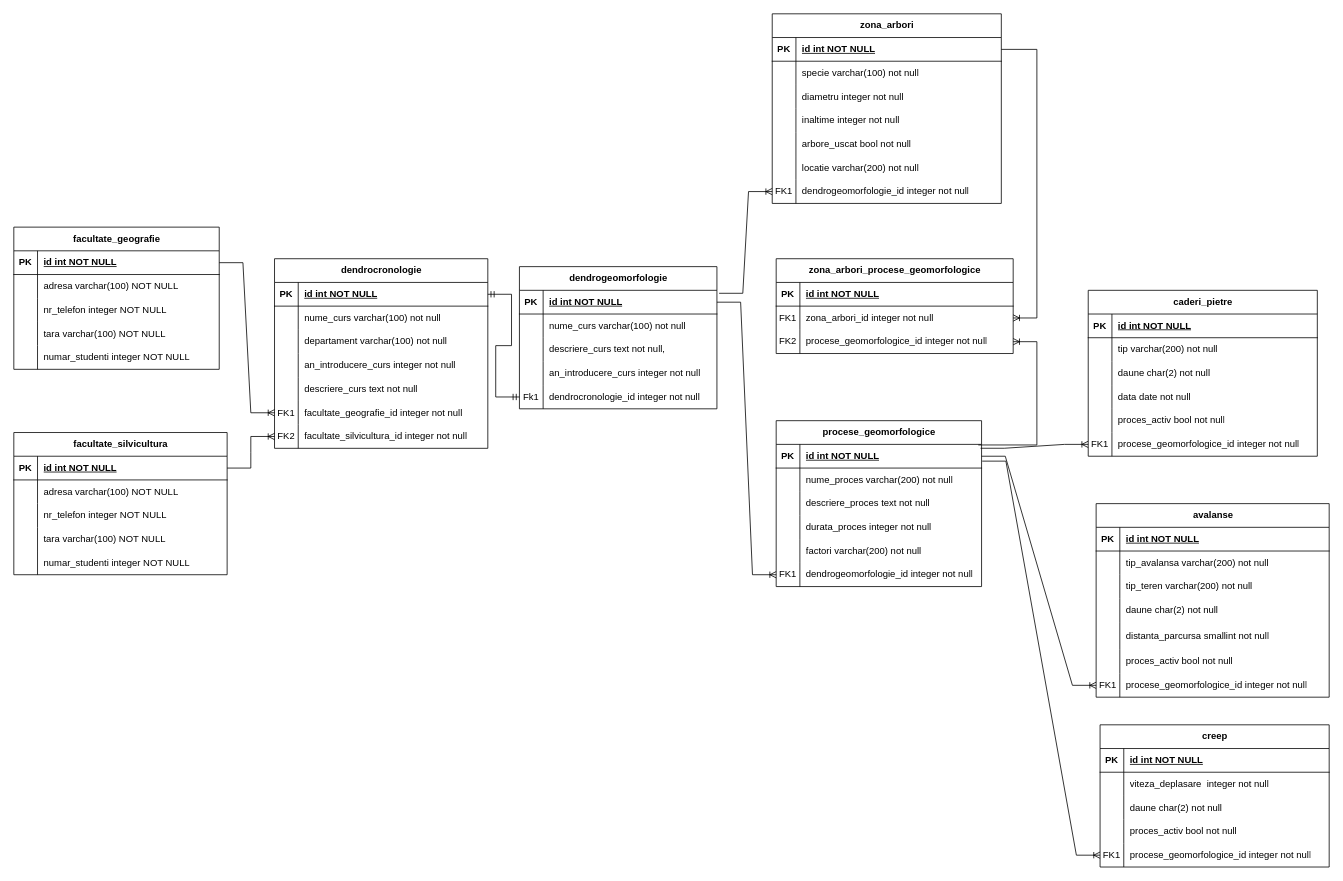
Earlier version of the draw.io diagram model_conceptual.drawio (cristian19122001/examen_sem_1_db). Source tidied: cells renumbered, new cells numbered last; positions are measured from the earlier drawing's top-left corner, leaving out a move shared by most shapes. Both pictures are drawn from the tidied source at 79%, with x=0, y=0 at pixel (13, 13).
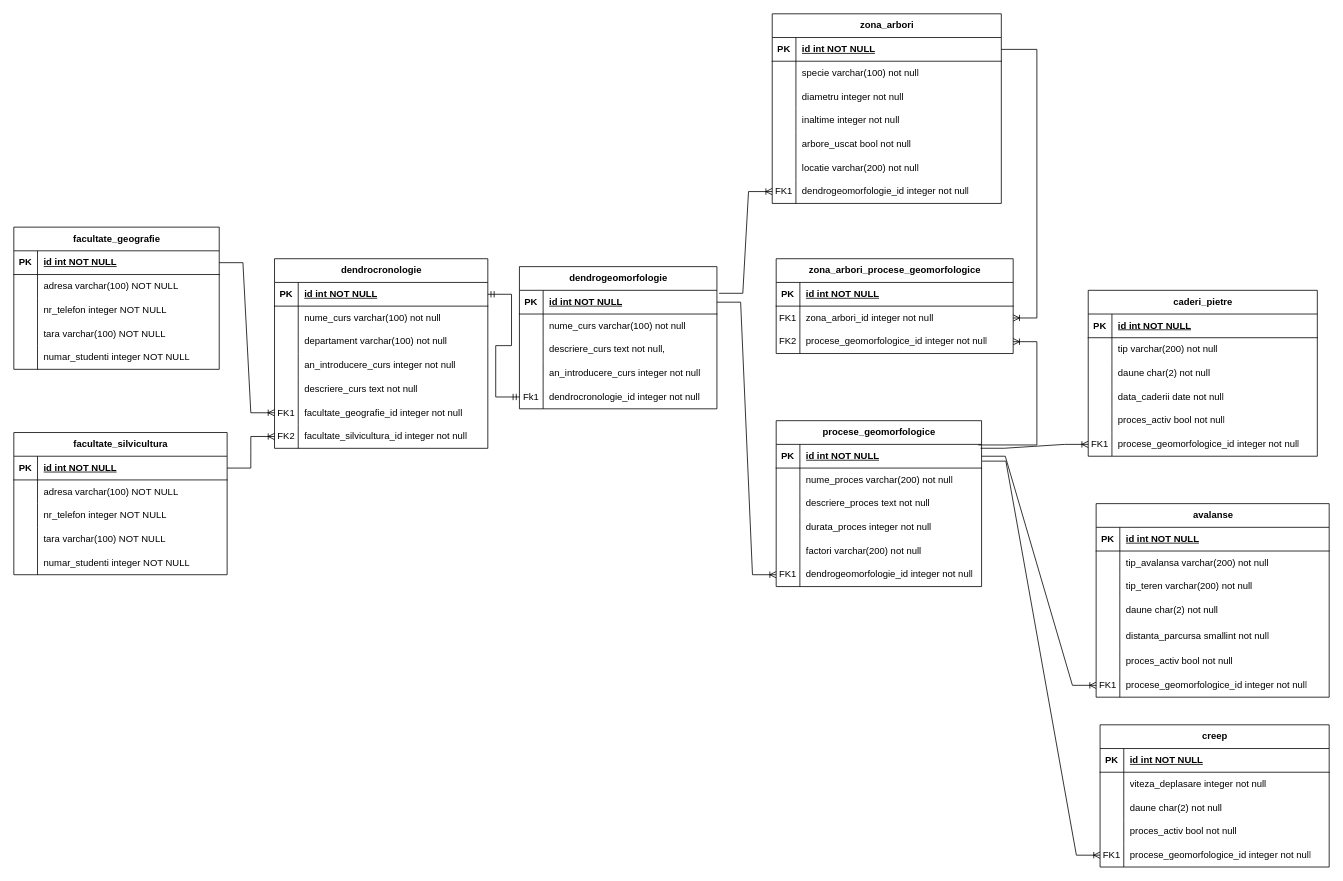
The same diagram, later.

The change refers to these unchanged cells:
```xml
<mxCell id="155" style="shape=tableRow;horizontal=0;startSize=0;swimlaneHead=0;swimlaneBody=0;fillColor=none;top=0;left=0;right=0;bottom=0;" parent="145" vertex="1">
  <mxGeometry y="120" width="290" height="30" as="geometry" />
</mxCell>
<mxCell id="168" style="shape=tableRow;horizontal=0;startSize=0;swimlaneHead=0;swimlaneBody=0;fillColor=none;top=0;left=0;right=0;bottom=0;" parent="164" vertex="1">
  <mxGeometry y="60" width="290" height="30" as="geometry" />
</mxCell>
```

Diff of the diagram source:
```diff
@@
-    <mxCell id="157" value="data date not null" style="shape=partialRectangle;fillColor=none;top=0;left=0;bottom=0;right=0;align=left;spacingLeft=6;overflow=hidden;whiteSpace=wrap;html=1;" parent="155" vertex="1">
+    <mxCell id="157" value="data_caderii date not null" style="shape=partialRectangle;fillColor=none;top=0;left=0;bottom=0;right=0;align=left;spacingLeft=6;overflow=hidden;whiteSpace=wrap;html=1;" parent="155" vertex="1">
       <mxGeometry x="30" width="260" height="30" as="geometry" />
     </mxCell>
@@
-    <mxCell id="170" value="viteza_deplasare&amp;nbsp; integer not null" style="shape=partialRectangle;fillColor=none;top=0;left=0;bottom=0;right=0;align=left;spacingLeft=6;overflow=hidden;whiteSpace=wrap;html=1;" parent="168" vertex="1">
+    <mxCell id="170" value="viteza_deplasare integer not null" style="shape=partialRectangle;fillColor=none;top=0;left=0;bottom=0;right=0;align=left;spacingLeft=6;overflow=hidden;whiteSpace=wrap;html=1;" parent="168" vertex="1">
       <mxGeometry x="30" width="260" height="30" as="geometry" />
     </mxCell>
```
